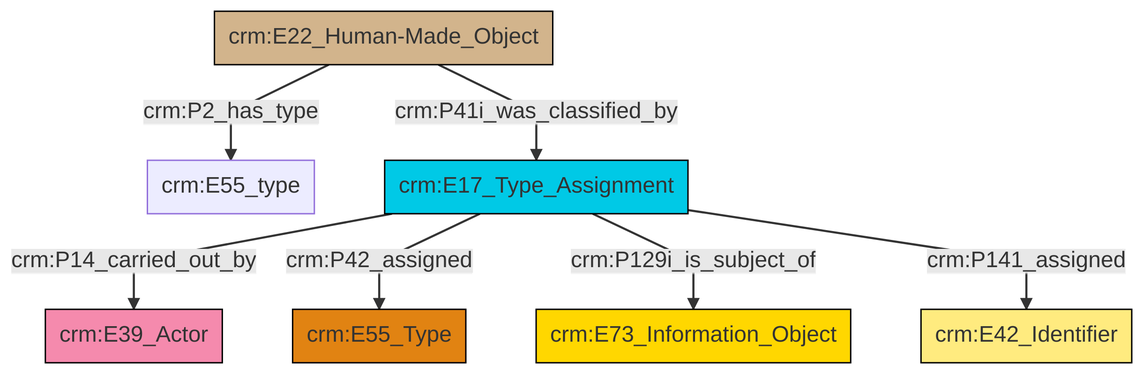
The Mermaid diagram et/builtWorkCSV/ttl/mmd/png/Built_Work_designation_status.png in swiss-art-research-net/reference-data-models, before a commit. Its source is kept beside it as et/builtWorkCSV/ttl/mmd/Built_Work_designation_status.ttl.mmd.
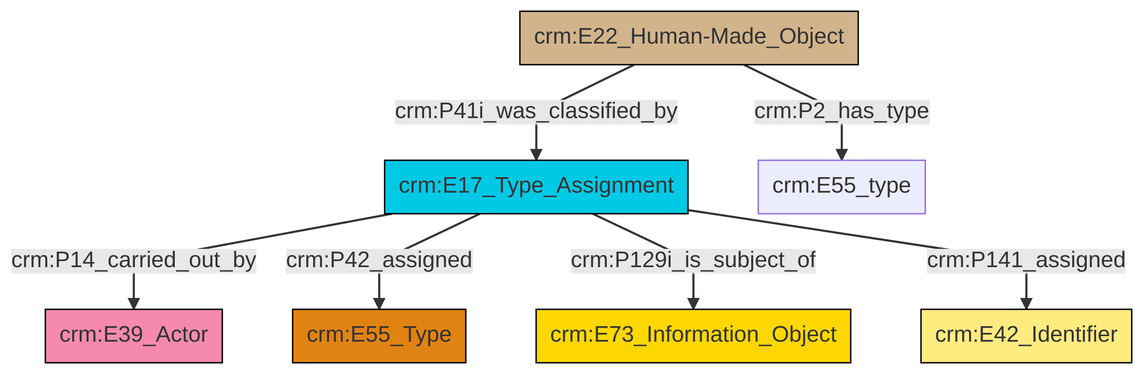
After the change.

Diff of the diagram source:
```diff
@@ -13,9 +13,9 @@
 classDef PC_Classes fill:#4ce600, stroke:#000000;
 classDef Multi fill:#cccccc,stroke:#000000;
 
-0["crm:E22_Human-Made_Object"]:::Physical_Thing -->|crm:P2_has_type| 2["crm:E55_type"]:::Default
-5["crm:E17_Type_Assignment"]:::Temporal_Entity -->|crm:P14_carried_out_by| 6["crm:E39_Actor"]:::Actor
-0["crm:E22_Human-Made_Object"]:::Physical_Thing -->|crm:P41i_was_classified_by| 5["crm:E17_Type_Assignment"]:::Temporal_Entity
-5["crm:E17_Type_Assignment"]:::Temporal_Entity -->|crm:P42_assigned| 3["crm:E55_Type"]:::Type
-5["crm:E17_Type_Assignment"]:::Temporal_Entity -->|crm:P129i_is_subject_of| 7["crm:E73_Information_Object"]:::Conceptual_Object
-5["crm:E17_Type_Assignment"]:::Temporal_Entity -->|crm:P141_assigned| 9["crm:E42_Identifier"]:::Appellation
+0["crm:E17_Type_Assignment"]:::Temporal_Entity -->|crm:P14_carried_out_by| 1["crm:E39_Actor"]:::Actor
+0["crm:E17_Type_Assignment"]:::Temporal_Entity -->|crm:P42_assigned| 2["crm:E55_Type"]:::Type
+9["crm:E22_Human-Made_Object"]:::Physical_Thing -->|crm:P41i_was_classified_by| 0["crm:E17_Type_Assignment"]:::Temporal_Entity
+0["crm:E17_Type_Assignment"]:::Temporal_Entity -->|crm:P129i_is_subject_of| 6["crm:E73_Information_Object"]:::Conceptual_Object
+0["crm:E17_Type_Assignment"]:::Temporal_Entity -->|crm:P141_assigned| 12["crm:E42_Identifier"]:::Appellation
+9["crm:E22_Human-Made_Object"]:::Physical_Thing -->|crm:P2_has_type| 4["crm:E55_type"]:::Default
```
